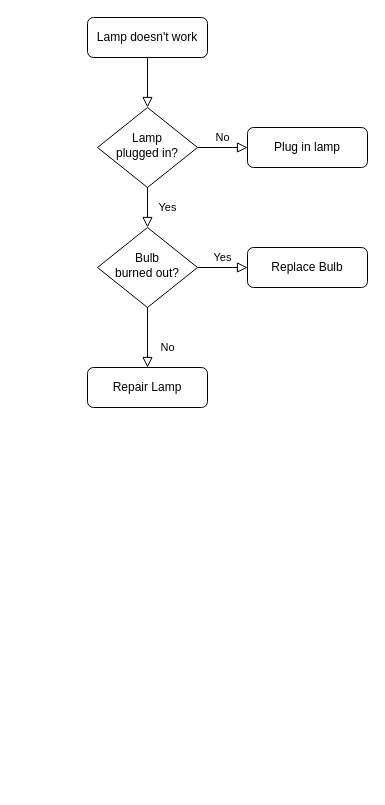
jmy99527/chapter1 keeps this draw.io diagram as cjb_work_plan.drawio. Above is the earlier version. Source tidied: cells renumbered, new cells numbered last; positions are measured from the earlier drawing's top-left corner, leaving out a move shared by most shapes. Both pictures are drawn from the tidied source at 100%, with x=0, y=0 at pixel (87, 17).
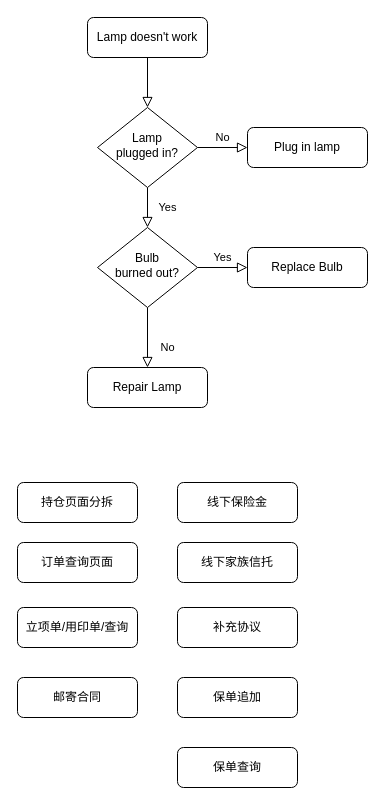
Above is the later version.

Change to the diagram source:
```diff
@@
+    <mxCell id="13" value="持仓页面分拆" style="rounded=1;whiteSpace=wrap;html=1;fontSize=12;glass=0;strokeWidth=1;shadow=0;" parent="1" vertex="1">
+      <mxGeometry x="-70" y="465" width="120" height="40" as="geometry" />
+    </mxCell>
+    <mxCell id="14" value="订单查询页面" style="rounded=1;whiteSpace=wrap;html=1;fontSize=12;glass=0;strokeWidth=1;shadow=0;" parent="1" vertex="1">
+      <mxGeometry x="-70" y="525" width="120" height="40" as="geometry" />
+    </mxCell>
+    <mxCell id="15" value="立项单/用印单/查询" style="rounded=1;whiteSpace=wrap;html=1;fontSize=12;glass=0;strokeWidth=1;shadow=0;" parent="1" vertex="1">
+      <mxGeometry x="-70" y="590" width="120" height="40" as="geometry" />
+    </mxCell>
+    <mxCell id="16" value="线下保险金" style="rounded=1;whiteSpace=wrap;html=1;fontSize=12;glass=0;strokeWidth=1;shadow=0;" parent="1" vertex="1">
+      <mxGeometry x="90" y="465" width="120" height="40" as="geometry" />
+    </mxCell>
+    <mxCell id="17" value="线下家族信托" style="rounded=1;whiteSpace=wrap;html=1;fontSize=12;glass=0;strokeWidth=1;shadow=0;" parent="1" vertex="1">
+      <mxGeometry x="90" y="525" width="120" height="40" as="geometry" />
+    </mxCell>
+    <mxCell id="18" value="补充协议" style="rounded=1;whiteSpace=wrap;html=1;fontSize=12;glass=0;strokeWidth=1;shadow=0;" parent="1" vertex="1">
+      <mxGeometry x="90" y="590" width="120" height="40" as="geometry" />
+    </mxCell>
+    <mxCell id="19" value="邮寄合同" style="rounded=1;whiteSpace=wrap;html=1;fontSize=12;glass=0;strokeWidth=1;shadow=0;" parent="1" vertex="1">
+      <mxGeometry x="-70" y="660" width="120" height="40" as="geometry" />
+    </mxCell>
+    <mxCell id="20" value="保单追加" style="rounded=1;whiteSpace=wrap;html=1;fontSize=12;glass=0;strokeWidth=1;shadow=0;" parent="1" vertex="1">
+      <mxGeometry x="90" y="660" width="120" height="40" as="geometry" />
+    </mxCell>
+    <mxCell id="21" value="保单查询" style="rounded=1;whiteSpace=wrap;html=1;fontSize=12;glass=0;strokeWidth=1;shadow=0;" parent="1" vertex="1">
+      <mxGeometry x="90" y="730" width="120" height="40" as="geometry" />
+    </mxCell>
```
